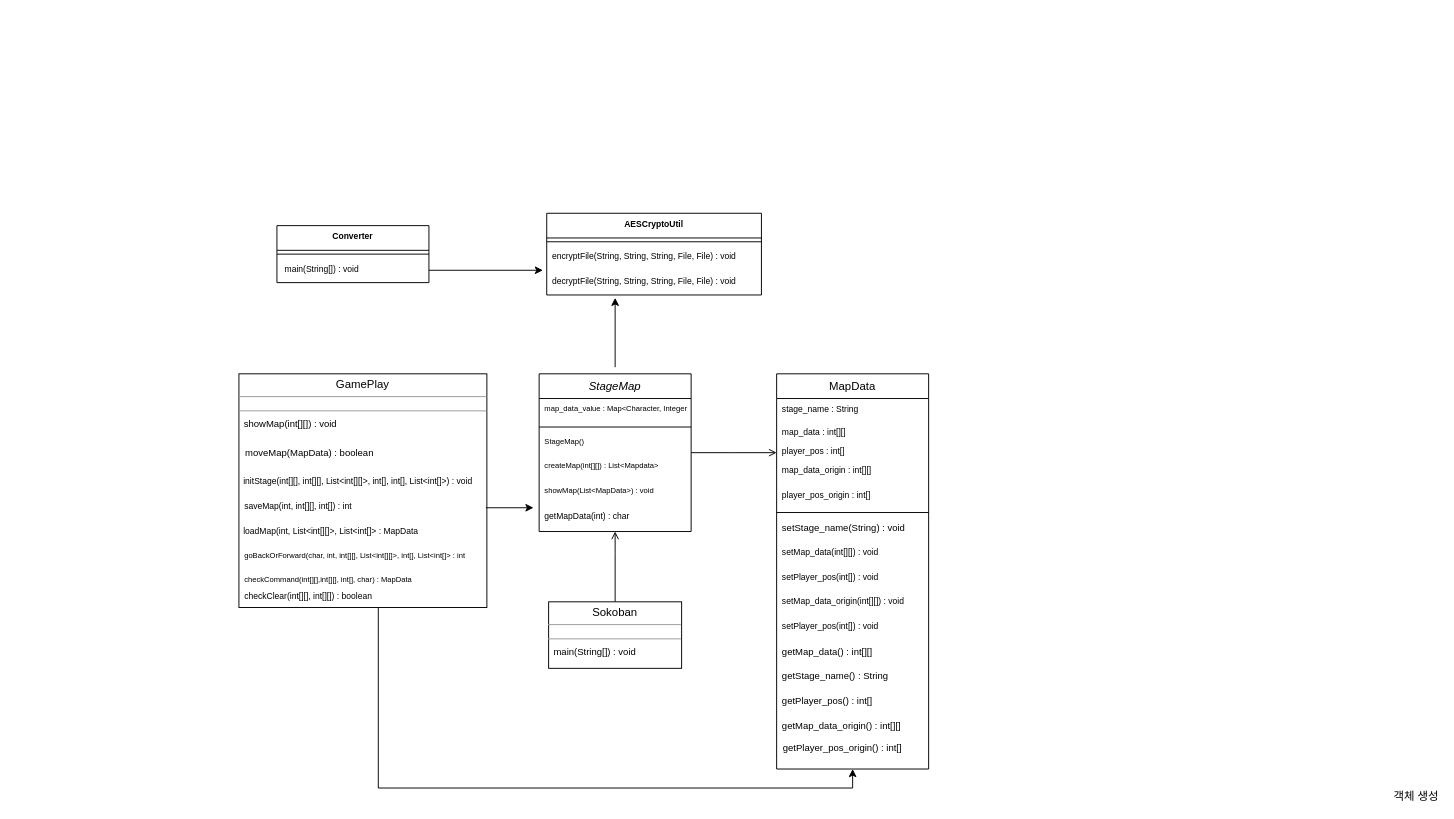
This is Untitled Diagram.drawio from ikjo93/Class-Diagram, a draw.io file, before an edit. Source tidied: cells renumbered, new cells numbered last; positions are measured from the earlier drawing's top-left corner, leaving out a move shared by most shapes. Both pictures are drawn from the tidied source at 95%, with x=0, y=0 at pixel (238, 213).
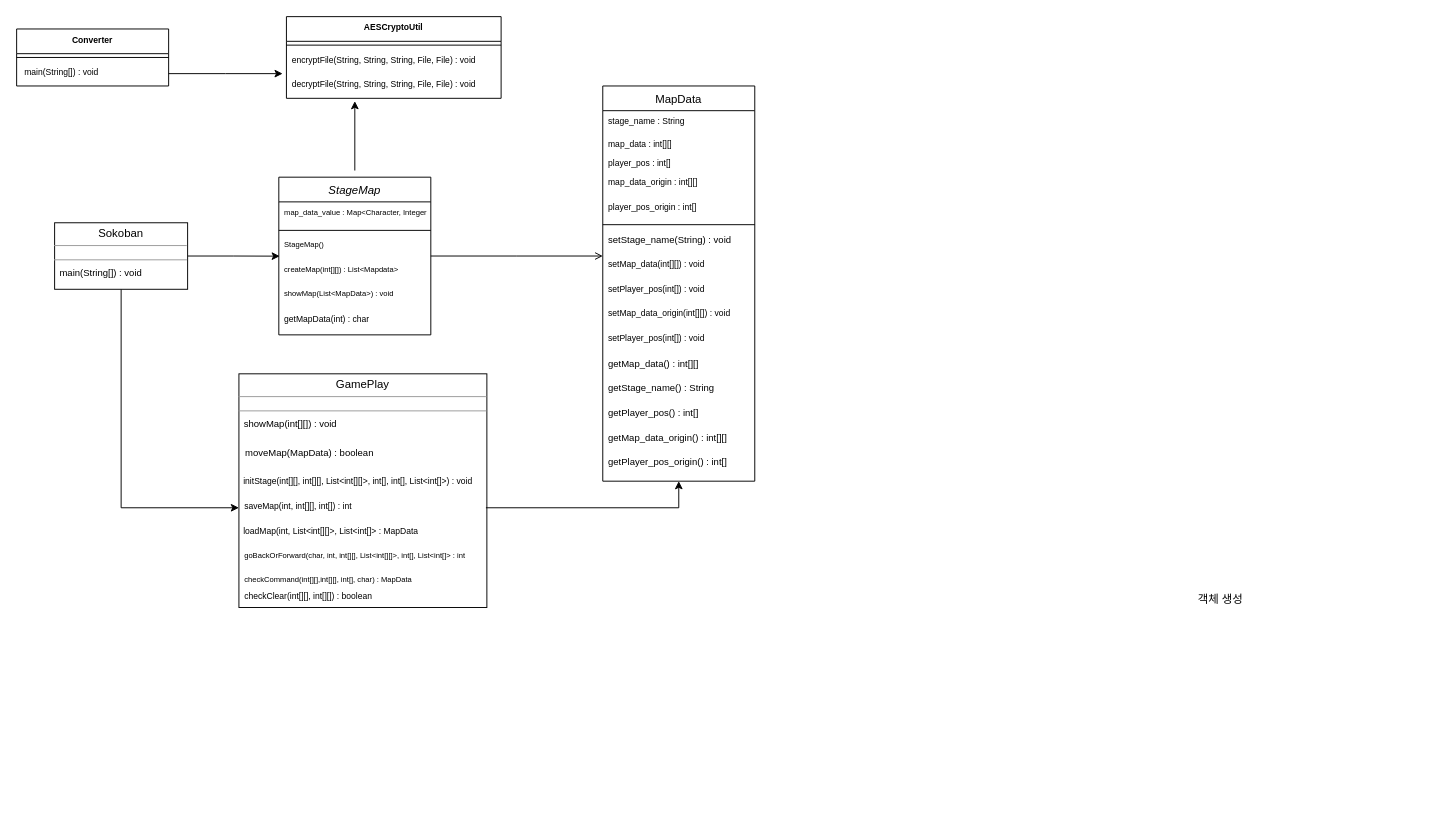
Above is the later version.

The change refers to these unchanged cells:
```xml
<mxCell id="6" value="StageMap()" style="text;strokeColor=none;fillColor=none;align=left;verticalAlign=top;spacingLeft=4;spacingRight=4;overflow=hidden;points=[[0,0.5],[1,0.5]];portConstraint=eastwest;fontSize=8;" parent="3" vertex="1">
  <mxGeometry y="60" width="160" height="26" as="geometry" />
</mxCell>
<mxCell id="9" value="getMapData(int) : char" style="text;strokeColor=none;fillColor=none;align=left;verticalAlign=top;spacingLeft=4;spacingRight=4;overflow=hidden;points=[[0,0.5],[1,0.5]];portConstraint=eastwest;fontSize=9;" parent="3" vertex="1">
  <mxGeometry y="138" width="160" height="26" as="geometry" />
</mxCell>
<mxCell id="34" value="checkClear(int[][], int[][]) : boolean" style="text;strokeColor=none;fillColor=none;align=left;verticalAlign=top;spacingLeft=4;spacingRight=4;overflow=hidden;points=[[0,0.5],[1,0.5]];portConstraint=eastwest;fontSize=9;" parent="1" vertex="1">
  <mxGeometry x="1" y="391" width="170" height="40" as="geometry" />
</mxCell>
<mxCell id="37" value="saveMap(int, int[][], int[]) : int" style="text;strokeColor=none;fillColor=none;align=left;verticalAlign=top;spacingLeft=4;spacingRight=4;overflow=hidden;points=[[0,0.5],[1,0.5]];portConstraint=eastwest;fontSize=9;" parent="1" vertex="1">
  <mxGeometry x="1" y="297" width="260" height="26" as="geometry" />
</mxCell>
<mxCell id="43" value=" main(String[]) : void" style="text;strokeColor=none;fillColor=none;align=left;verticalAlign=top;spacingLeft=4;spacingRight=4;overflow=hidden;points=[[0,0.5],[1,0.5]];portConstraint=eastwest;fontSize=9;" parent="41" vertex="1">
  <mxGeometry y="34" width="160" height="26" as="geometry" />
</mxCell>
```

Change to the diagram source:
```diff
@@
     <mxCell id="2" style="edgeStyle=orthogonalEdgeStyle;rounded=0;orthogonalLoop=1;jettySize=auto;html=1;fontSize=9;" parent="1" edge="1">
       <mxGeometry relative="1" as="geometry">
-        <mxPoint x="397" y="162" as="sourcePoint" />
-        <mxPoint x="397" y="89" as="targetPoint" />
+        <mxPoint x="123" y="-45" as="sourcePoint" />
+        <mxPoint x="123" y="-118" as="targetPoint" />
       </mxGeometry>
     </mxCell>
     <mxCell id="3" value="StageMap" style="swimlane;fontStyle=2;align=center;verticalAlign=top;horizontal=1;startSize=26;rounded=0;shadow=0;strokeWidth=1;" parent="1" vertex="1">
-      <mxGeometry x="317" y="169" width="160" height="166" as="geometry" />
+      <mxGeometry x="43" y="-38" width="160" height="166" as="geometry" />
     </mxCell>
@@
-    <mxCell id="10" style="endArrow=open;endFill=0;shadow=0;strokeWidth=1;rounded=0;edgeStyle=elbowEdgeStyle;elbow=vertical;" parent="1" edge="1" target="3">
-      <mxGeometry relative="1" as="geometry">
-        <mxPoint x="397" y="409" as="sourcePoint" />
-        <Array as="points">
-          <mxPoint x="397" y="358" />
-        </Array>
-      </mxGeometry>
-    </mxCell>
     <mxCell id="11" value="MapData" style="swimlane;fontStyle=0;align=center;verticalAlign=top;horizontal=1;startSize=26;rounded=0;shadow=0;strokeWidth=1;" parent="1" vertex="1">
-      <mxGeometry x="567" y="169" width="160" height="416" as="geometry" />
+      <mxGeometry x="384" y="-134" width="160" height="416" as="geometry" />
     </mxCell>
@@
+    <mxCell id="40" value="getPlayer_pos_origin() : int[]" style="text;align=left;verticalAlign=top;spacingLeft=4;spacingRight=4;overflow=hidden;fontSize=10;" parent="11" vertex="1">
+      <mxGeometry y="384" width="160" height="26" as="geometry" />
+    </mxCell>
@@
+    <mxCell id="49" style="edgeStyle=orthogonalEdgeStyle;rounded=0;jettySize=auto;html=1;entryX=0.006;entryY=0.89;entryDx=0;entryDy=0;entryPerimeter=0;" parent="1" edge="1" source="29" target="6">
+      <mxGeometry relative="1" as="geometry" />
+    </mxCell>
+    <mxCell id="50" style="edgeStyle=orthogonalEdgeStyle;rounded=0;jettySize=auto;html=1;entryX=0;entryY=0.5;entryDx=0;entryDy=0;" parent="1" edge="1" source="29" target="37">
+      <mxGeometry relative="1" as="geometry" />
+    </mxCell>
     <mxCell id="29" value="&lt;p style=&quot;margin: 0px ; margin-top: 4px ; text-align: center&quot;&gt;Sokoban&lt;br&gt;&lt;/p&gt;&lt;hr size=&quot;1&quot;&gt;&lt;div style=&quot;height: 2px&quot;&gt;&lt;/div&gt;&lt;hr size=&quot;1&quot;&gt;&lt;div style=&quot;height: 2px&quot;&gt;&lt;span style=&quot;font-size: 10px&quot;&gt;&amp;nbsp; main(String[]) : void&lt;/span&gt;&lt;/div&gt;" style="verticalAlign=top;align=left;overflow=fill;fontSize=12;fontFamily=Helvetica;html=1;" parent="1" vertex="1">
-      <mxGeometry x="327" y="409" width="140" height="70" as="geometry" />
+      <mxGeometry x="-193" y="10" width="140" height="70" as="geometry" />
     </mxCell>
-    <mxCell id="30" style="edgeStyle=orthogonalEdgeStyle;rounded=0;jettySize=auto;html=1;fontSize=9;entryX=0.5;entryY=1;entryDx=0;entryDy=0;exitX=0.863;exitY=0.046;exitDx=0;exitDy=0;exitPerimeter=0;" parent="1" edge="1" source="34" target="11">
-      <mxGeometry relative="1" as="geometry">
-        <Array as="points">
-          <mxPoint x="148" y="605" />
-          <mxPoint x="647" y="605" />
-        </Array>
-      </mxGeometry>
-    </mxCell>
@@
-    <mxCell id="36" style="edgeStyle=orthogonalEdgeStyle;rounded=0;jettySize=auto;html=1;entryX=-0.037;entryY=0.115;entryDx=0;entryDy=0;entryPerimeter=0;fontSize=9;" parent="1" edge="1" source="37" target="9">
-      <mxGeometry relative="1" as="geometry" />
-    </mxCell>
+    <mxCell id="51" style="edgeStyle=orthogonalEdgeStyle;rounded=0;jettySize=auto;html=1;entryX=0.5;entryY=1;entryDx=0;entryDy=0;" parent="1" edge="1" source="37" target="11">
+      <mxGeometry relative="1" as="geometry" />
+    </mxCell>
@@
-    <mxCell id="40" value="getPlayer_pos_origin() : int[]" style="text;align=left;verticalAlign=top;spacingLeft=4;spacingRight=4;overflow=hidden;fontSize=10;" parent="1" vertex="1">
-      <mxGeometry x="568" y="551" width="160" height="26" as="geometry" />
-    </mxCell>
     <mxCell id="41" value="Converter" style="swimlane;fontStyle=1;align=center;verticalAlign=top;horizontal=1;startSize=26;fontSize=9;" parent="1" vertex="1">
-      <mxGeometry x="41" y="13" width="160" height="60" as="geometry" />
+      <mxGeometry x="-233" y="-194" width="160" height="60" as="geometry" />
     </mxCell>
@@
     <mxCell id="44" value="AESCryptoUtil" style="swimlane;fontStyle=1;align=center;verticalAlign=top;horizontal=1;startSize=26;fontSize=9;" parent="1" vertex="1">
-      <mxGeometry x="325" width="226" height="86" as="geometry" />
+      <mxGeometry x="51" y="-207" width="226" height="86" as="geometry" />
     </mxCell>
@@
     <mxCell id="48" style="edgeStyle=orthogonalEdgeStyle;rounded=0;jettySize=auto;html=1;fontSize=9;" parent="1" edge="1" source="43">
       <mxGeometry relative="1" as="geometry">
-        <mxPoint x="321" y="60" as="targetPoint" />
+        <mxPoint x="47" y="-147" as="targetPoint" />
       </mxGeometry>
     </mxCell>
```
